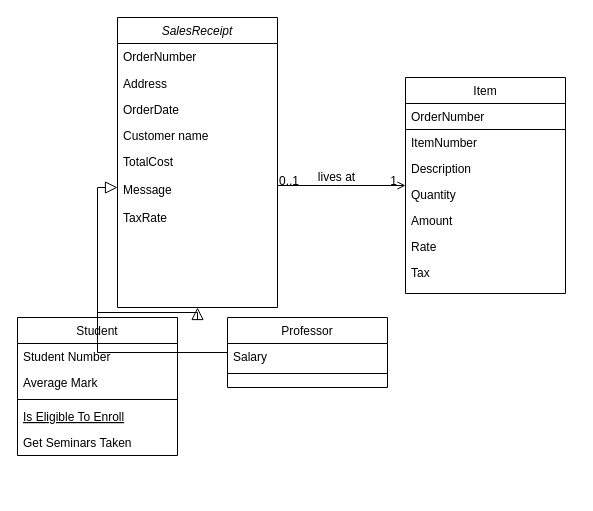
The draw.io diagram Untitled Diagram.drawio in ifffShang/5800-hw2, before the edit. Source tidied: cells renumbered, new cells numbered last; positions are measured from the earlier drawing's top-left corner, leaving out a move shared by most shapes. Both pictures are drawn from the tidied source at 100%, with x=0, y=0 at pixel (17, 17).
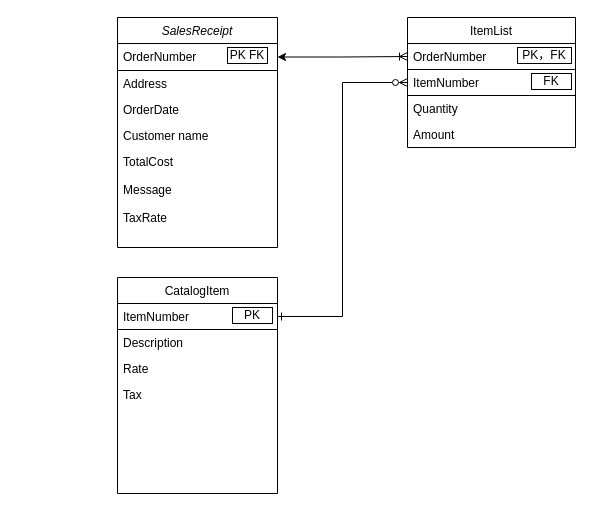
The same diagram, later.

What changed in the source:
```diff
@@
+    <mxCell id="33" style="edgeStyle=orthogonalEdgeStyle;rounded=0;jettySize=auto;html=1;entryX=0;entryY=0.5;entryDx=0;entryDy=0;strokeColor=default;startArrow=classic;startFill=1;exitX=1;exitY=0.5;exitDx=0;exitDy=0;endArrow=ERoneToMany;endFill=0;" parent="1" edge="1" source="3" target="22">
+      <mxGeometry relative="1" as="geometry" />
+    </mxCell>
+    <mxCell id="34" style="endArrow=ERzeroToMany;startArrow=ERone;html=1;rounded=0;exitX=1;exitY=0.5;exitDx=0;exitDy=0;entryX=0;entryY=0.5;entryDx=0;entryDy=0;edgeStyle=orthogonalEdgeStyle;startFill=0;endFill=0;" parent="1" edge="1" source="37" target="23">
+      <mxGeometry relative="1" as="geometry" />
+    </mxCell>
+    <mxCell id="35" style="group;" parent="1" vertex="1">
+      <mxGeometry x="100" y="260" width="160" height="216" as="geometry" />
+    </mxCell>
+    <mxCell id="36" value="CatalogItem" style="swimlane;fontStyle=0;align=center;verticalAlign=top;horizontal=1;startSize=26;rounded=0;shadow=0;strokeWidth=1;" parent="35" vertex="1">
+      <mxGeometry width="160" height="216" as="geometry" />
+    </mxCell>
+    <mxCell id="37" value="ItemNumber" style="text;align=left;verticalAlign=top;spacingLeft=4;spacingRight=4;overflow=hidden;points=[[0,0.5],[1,0.5]];portConstraint=eastwest;strokeColor=default;" parent="36" vertex="1">
+      <mxGeometry y="26" width="160" height="26" as="geometry" />
+    </mxCell>
+    <mxCell id="24" value="Description" style="text;align=left;verticalAlign=top;spacingLeft=4;spacingRight=4;overflow=hidden;rounded=0;shadow=0;html=0;" parent="36" vertex="1">
+      <mxGeometry y="52" width="160" height="26" as="geometry" />
+    </mxCell>
+    <mxCell id="27" value="Rate" style="text;align=left;verticalAlign=top;spacingLeft=4;spacingRight=4;overflow=hidden;rounded=0;shadow=0;html=0;" parent="36" vertex="1">
+      <mxGeometry y="78" width="160" height="26" as="geometry" />
+    </mxCell>
+    <mxCell id="28" value="Tax" style="text;align=left;verticalAlign=top;spacingLeft=4;spacingRight=4;overflow=hidden;" parent="36" vertex="1">
+      <mxGeometry y="104" width="160" height="26" as="geometry" />
+    </mxCell>
+    <mxCell id="38" value="PK" style="rounded=0;whiteSpace=wrap;html=1;" parent="35" vertex="1">
+      <mxGeometry x="115" y="30" width="40" height="16" as="geometry" />
+    </mxCell>
+    <mxCell id="39" style="group;" parent="1" vertex="1">
+      <mxGeometry x="100" width="160" height="230" as="geometry" />
+    </mxCell>
-    <mxCell id="2" value="SalesReceipt" style="swimlane;fontStyle=2;align=center;verticalAlign=top;horizontal=1;startSize=26;rounded=0;shadow=0;strokeWidth=1;" parent="1" vertex="1">
-      <mxGeometry x="100" width="160" height="290" as="geometry" />
+    <mxCell id="2" value="SalesReceipt" style="swimlane;fontStyle=2;align=center;verticalAlign=top;horizontal=1;startSize=26;rounded=0;shadow=0;strokeWidth=1;" parent="39" vertex="1">
+      <mxGeometry width="160" height="230" as="geometry" />
     </mxCell>
-    <mxCell id="3" value="OrderNumber" style="text;align=left;verticalAlign=top;spacingLeft=4;spacingRight=4;overflow=hidden;points=[[0,0.5],[1,0.5]];portConstraint=eastwest;rounded=0;shadow=0;html=0;" parent="2" vertex="1">
+    <mxCell id="3" value="OrderNumber" style="text;align=left;verticalAlign=top;spacingLeft=4;spacingRight=4;overflow=hidden;points=[[0,0.5],[1,0.5]];portConstraint=eastwest;rounded=0;shadow=0;html=0;strokeColor=default;strokeWidth=1;" parent="2" vertex="1">
       <mxGeometry y="26" width="160" height="27" as="geometry" />
     </mxCell>
@@
-    <mxCell id="10" value="Student" style="swimlane;fontStyle=0;align=center;verticalAlign=top;horizontal=1;startSize=26;rounded=0;shadow=0;strokeWidth=1;" parent="1" vertex="1">
-      <mxGeometry y="300" width="160" height="138" as="geometry" />
-    </mxCell>
-    <mxCell id="11" value="Student Number" style="text;align=left;verticalAlign=top;spacingLeft=4;spacingRight=4;overflow=hidden;" parent="10" vertex="1">
-      <mxGeometry y="26" width="160" height="26" as="geometry" />
-    </mxCell>
-    <mxCell id="12" value="Average Mark" style="text;align=left;verticalAlign=top;spacingLeft=4;spacingRight=4;overflow=hidden;rounded=0;shadow=0;html=0;" parent="10" vertex="1">
-      <mxGeometry y="52" width="160" height="26" as="geometry" />
-    </mxCell>
-    <mxCell id="13" style="line;html=1;strokeWidth=1;align=left;verticalAlign=middle;spacingTop=-1;spacingLeft=3;spacingRight=3;labelPosition=right;" parent="10" vertex="1">
-      <mxGeometry y="78" width="160" height="8" as="geometry" />
-    </mxCell>
-    <mxCell id="14" value="Is Eligible To Enroll" style="text;align=left;verticalAlign=top;spacingLeft=4;spacingRight=4;overflow=hidden;fontStyle=4;" parent="10" vertex="1">
-      <mxGeometry y="86" width="160" height="26" as="geometry" />
-    </mxCell>
-    <mxCell id="15" value="Get Seminars Taken" style="text;align=left;verticalAlign=top;spacingLeft=4;spacingRight=4;overflow=hidden;" parent="10" vertex="1">
-      <mxGeometry y="112" width="160" height="26" as="geometry" />
-    </mxCell>
-    <mxCell id="16" style="endArrow=block;endSize=10;endFill=0;shadow=0;strokeWidth=1;rounded=0;edgeStyle=elbowEdgeStyle;elbow=vertical;" parent="1" edge="1" source="10" target="2">
-      <mxGeometry relative="1" as="geometry" />
-    </mxCell>
-    <mxCell id="17" value="Professor" style="swimlane;fontStyle=0;align=center;verticalAlign=top;horizontal=1;startSize=26;rounded=0;shadow=0;strokeWidth=1;" parent="1" vertex="1">
-      <mxGeometry x="210" y="300" width="160" height="70" as="geometry" />
-    </mxCell>
-    <mxCell id="18" value="Salary" style="text;align=left;verticalAlign=top;spacingLeft=4;spacingRight=4;overflow=hidden;" parent="17" vertex="1">
-      <mxGeometry y="26" width="160" height="26" as="geometry" />
-    </mxCell>
-    <mxCell id="19" style="line;html=1;strokeWidth=1;align=left;verticalAlign=middle;spacingTop=-1;spacingLeft=3;spacingRight=3;labelPosition=right;" parent="17" vertex="1">
-      <mxGeometry y="52" width="160" height="8" as="geometry" />
-    </mxCell>
-    <mxCell id="20" style="endArrow=block;endSize=10;endFill=0;shadow=0;strokeWidth=1;rounded=0;edgeStyle=elbowEdgeStyle;elbow=vertical;" parent="1" edge="1" source="17" target="2">
-      <mxGeometry relative="1" as="geometry">
-        <Array as="points">
-          <mxPoint x="80" y="170" />
-        </Array>
-      </mxGeometry>
-    </mxCell>
+    <mxCell id="40" value="PK FK" style="rounded=0;whiteSpace=wrap;html=1;" parent="39" vertex="1">
+      <mxGeometry x="110" y="30" width="40" height="16" as="geometry" />
+    </mxCell>
+    <mxCell id="41" style="group;" parent="1" vertex="1">
+      <mxGeometry x="390" width="168" height="130" as="geometry" />
+    </mxCell>
-    <mxCell id="21" value="Item" style="swimlane;fontStyle=0;align=center;verticalAlign=top;horizontal=1;startSize=26;rounded=0;shadow=0;strokeWidth=1;" parent="1" vertex="1">
-      <mxGeometry x="388" y="60" width="160" height="216" as="geometry" />
+    <mxCell id="21" value="ItemList" style="swimlane;fontStyle=0;align=center;verticalAlign=top;horizontal=1;startSize=26;rounded=0;shadow=0;strokeWidth=1;" parent="41" vertex="1">
+      <mxGeometry width="168" height="130" as="geometry" />
     </mxCell>
     <mxCell id="22" value="OrderNumber" style="text;align=left;verticalAlign=top;spacingLeft=4;spacingRight=4;overflow=hidden;points=[[0,0.5],[1,0.5]];portConstraint=eastwest;strokeColor=default;" parent="21" vertex="1">
-      <mxGeometry y="26" width="160" height="26" as="geometry" />
+      <mxGeometry y="26" width="168" height="26" as="geometry" />
     </mxCell>
-    <mxCell id="23" value="ItemNumber" style="text;align=left;verticalAlign=top;spacingLeft=4;spacingRight=4;overflow=hidden;points=[[0,0.5],[1,0.5]];portConstraint=eastwest;" parent="21" vertex="1">
-      <mxGeometry y="52" width="160" height="26" as="geometry" />
+    <mxCell id="23" value="ItemNumber" style="text;align=left;verticalAlign=top;spacingLeft=4;spacingRight=4;overflow=hidden;points=[[0,0.5],[1,0.5]];portConstraint=eastwest;strokeColor=default;" parent="21" vertex="1">
+      <mxGeometry y="52" width="168" height="26" as="geometry" />
     </mxCell>
-    <mxCell id="24" value="Description" style="text;align=left;verticalAlign=top;spacingLeft=4;spacingRight=4;overflow=hidden;rounded=0;shadow=0;html=0;" parent="21" vertex="1">
-      <mxGeometry y="78" width="160" height="26" as="geometry" />
-    </mxCell>
     <mxCell id="25" value="Quantity" style="text;align=left;verticalAlign=top;spacingLeft=4;spacingRight=4;overflow=hidden;rounded=0;shadow=0;html=0;" parent="21" vertex="1">
-      <mxGeometry y="104" width="160" height="26" as="geometry" />
+      <mxGeometry y="78" width="168" height="26" as="geometry" />
     </mxCell>
     <mxCell id="26" value="Amount" style="text;align=left;verticalAlign=top;spacingLeft=4;spacingRight=4;overflow=hidden;rounded=0;shadow=0;html=0;" parent="21" vertex="1">
-      <mxGeometry y="130" width="160" height="26" as="geometry" />
+      <mxGeometry y="104" width="168" height="26" as="geometry" />
     </mxCell>
-    <mxCell id="27" value="Rate" style="text;align=left;verticalAlign=top;spacingLeft=4;spacingRight=4;overflow=hidden;rounded=0;shadow=0;html=0;" parent="21" vertex="1">
-      <mxGeometry y="156" width="160" height="26" as="geometry" />
-    </mxCell>
-    <mxCell id="28" value="Tax" style="text;align=left;verticalAlign=top;spacingLeft=4;spacingRight=4;overflow=hidden;" parent="21" vertex="1">
-      <mxGeometry y="182" width="160" height="26" as="geometry" />
-    </mxCell>
-    <mxCell id="29" style="endArrow=open;shadow=0;strokeWidth=1;rounded=0;endFill=1;edgeStyle=elbowEdgeStyle;elbow=vertical;" parent="1" edge="1" source="2" target="21">
-      <mxGeometry x="0.5" y="41" relative="1" as="geometry">
-        <mxPoint x="-40" y="32" as="offset" />
-      </mxGeometry>
-    </mxCell>
-    <mxCell id="30" value="0..1" style="align=left;verticalAlign=bottom;labelBackgroundColor=none;fontSize=12;" parent="29" vertex="1">
-      <mxGeometry x="-1" relative="1" as="geometry">
-        <mxPoint y="4" as="offset" />
-      </mxGeometry>
-    </mxCell>
-    <mxCell id="31" value="1" style="align=right;verticalAlign=bottom;labelBackgroundColor=none;fontSize=12;" parent="29" vertex="1">
-      <mxGeometry x="1" relative="1" as="geometry">
-        <mxPoint x="-7" y="4" as="offset" />
-      </mxGeometry>
-    </mxCell>
-    <mxCell id="32" value="lives at" style="text;html=1;align=center;verticalAlign=middle;labelBackgroundColor=none;rounded=0;shadow=0;strokeWidth=1;fontSize=12;" parent="29" vertex="1">
-      <mxGeometry x="0.5" y="49" relative="1" as="geometry">
-        <mxPoint x="-38" y="40" as="offset" />
-      </mxGeometry>
-    </mxCell>
+    <mxCell id="42" value="PK，FK" style="rounded=0;whiteSpace=wrap;html=1;" parent="41" vertex="1">
+      <mxGeometry x="110" y="30" width="54" height="16" as="geometry" />
+    </mxCell>
+    <mxCell id="43" value="FK" style="rounded=0;whiteSpace=wrap;html=1;" parent="41" vertex="1">
+      <mxGeometry x="124" y="56" width="40" height="16" as="geometry" />
+    </mxCell>
```
